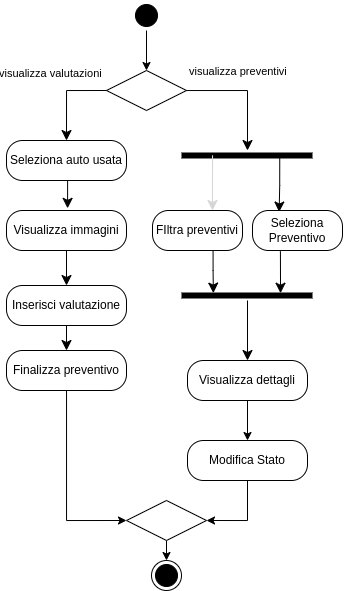
The draw.io diagram doc/acrivityDiagramImpiegato.png in 446f6e6e79/ConfiguratoreAuto, before a commit. Source tidied: cells renumbered, new cells last; positions are measured from the earlier drawing's top-left corner, leaving out a move shared by most shapes. Its diagram source:
```xml
<mxGraphModel>
  <root>
    <mxCell id="0" />
    <mxCell id="1" parent="0" />
    <mxCell id="2" style="edgeStyle=orthogonalEdgeStyle;rounded=0;jettySize=auto;html=1;exitX=0.5;exitY=1;exitDx=0;exitDy=0;entryX=0.5;entryY=0;entryDx=0;entryDy=0;strokeColor=default;" parent="1" edge="1" source="3" target="12">
      <mxGeometry relative="1" as="geometry" />
    </mxCell>
    <mxCell id="3" style="ellipse;html=1;shape=startState;fillColor=#000000;strokeColor=default;" parent="1" vertex="1">
      <mxGeometry x="125" width="30" height="30" as="geometry" />
    </mxCell>
    <mxCell id="4" value="Seleziona auto usata" style="rounded=1;whiteSpace=wrap;html=1;arcSize=40;fontColor=#000000;fillColor=#FFFFFF;strokeColor=default;" parent="1" vertex="1">
      <mxGeometry y="140" width="120" height="40" as="geometry" />
    </mxCell>
    <mxCell id="5" style="edgeStyle=orthogonalEdgeStyle;rounded=0;jettySize=auto;html=1;exitX=0.5;exitY=1;exitDx=0;exitDy=0;entryX=0.5;entryY=0;entryDx=0;entryDy=0;strokeColor=default;endSize=8;" parent="1" edge="1" source="6" target="8">
      <mxGeometry relative="1" as="geometry" />
    </mxCell>
    <mxCell id="6" value="Visualizza immagini" style="rounded=1;whiteSpace=wrap;html=1;arcSize=40;fontColor=#000000;fillColor=#FFFFFF;strokeColor=default;" parent="1" vertex="1">
      <mxGeometry y="210" width="120" height="40" as="geometry" />
    </mxCell>
    <mxCell id="7" style="edgeStyle=orthogonalEdgeStyle;rounded=0;jettySize=auto;html=1;exitX=0.5;exitY=1;exitDx=0;exitDy=0;entryX=0.509;entryY=-0.054;entryDx=0;entryDy=0;entryPerimeter=0;strokeColor=default;endSize=8;" parent="1" edge="1" source="4" target="6">
      <mxGeometry relative="1" as="geometry" />
    </mxCell>
    <mxCell id="8" value="Inserisci valutazione" style="rounded=1;whiteSpace=wrap;html=1;arcSize=40;fontColor=#000000;fillColor=#FFFFFF;strokeColor=default;" parent="1" vertex="1">
      <mxGeometry y="285" width="120" height="40" as="geometry" />
    </mxCell>
    <mxCell id="9" style="edgeStyle=orthogonalEdgeStyle;html=1;verticalAlign=bottom;endArrow=classic;endSize=8;strokeColor=default;rounded=0;endFill=1;" parent="1" edge="1" source="8" target="30">
      <mxGeometry relative="1" as="geometry" />
    </mxCell>
    <mxCell id="10" value="FIltra preventivi" style="rounded=1;whiteSpace=wrap;html=1;arcSize=40;fontColor=#000000;fillColor=#FFFFFF;strokeColor=default;" parent="1" vertex="1">
      <mxGeometry x="146" y="210" width="90" height="40" as="geometry" />
    </mxCell>
    <mxCell id="11" style="edgeStyle=orthogonalEdgeStyle;rounded=0;jettySize=auto;html=1;strokeColor=default;entryX=0;entryY=0.5;entryDx=0;entryDy=0;" parent="1" edge="1" source="30" target="18">
      <mxGeometry relative="1" as="geometry">
        <Array as="points">
          <mxPoint x="60" y="520" />
        </Array>
      </mxGeometry>
    </mxCell>
    <mxCell id="12" style="rhombus;whiteSpace=wrap;html=1;fontColor=#000000;fillColor=#FFFFFF;strokeColor=default;" parent="1" vertex="1">
      <mxGeometry x="100" y="70" width="80" height="40" as="geometry" />
    </mxCell>
    <mxCell id="13" value="visualizza preventivi" style="edgeStyle=orthogonalEdgeStyle;html=1;align=left;verticalAlign=bottom;endArrow=classic;endSize=8;strokeColor=default;rounded=0;entryX=0.5;entryY=0;entryDx=0;entryDy=0;endFill=1;" parent="1" edge="1" source="12">
      <mxGeometry x="-0.98" y="10" relative="1" as="geometry">
        <mxPoint x="241" y="150" as="targetPoint" />
        <Array as="points">
          <mxPoint x="241" y="90" />
        </Array>
      </mxGeometry>
    </mxCell>
    <mxCell id="14" value="visualizza valutazioni" style="edgeStyle=orthogonalEdgeStyle;html=1;align=left;verticalAlign=top;endArrow=classic;endSize=8;strokeColor=default;rounded=0;exitX=0;exitY=0.5;exitDx=0;exitDy=0;endFill=1;" parent="1" edge="1" source="12">
      <mxGeometry x="-0.11" y="-75" relative="1" as="geometry">
        <mxPoint x="60" y="140" as="targetPoint" />
        <mxPoint x="6" y="-30" as="offset" />
      </mxGeometry>
    </mxCell>
    <mxCell id="15" style="edgeStyle=orthogonalEdgeStyle;rounded=0;jettySize=auto;html=1;entryX=1;entryY=0.5;entryDx=0;entryDy=0;strokeColor=default;exitX=0.5;exitY=1;exitDx=0;exitDy=0;" parent="1" edge="1" source="29" target="18">
      <mxGeometry relative="1" as="geometry" />
    </mxCell>
    <mxCell id="16" value="Visualizza dettagli" style="rounded=1;whiteSpace=wrap;html=1;arcSize=40;fontColor=#000000;fillColor=#FFFFFF;strokeColor=default;" parent="1" vertex="1">
      <mxGeometry x="181" y="360" width="120" height="40" as="geometry" />
    </mxCell>
    <mxCell id="17" style="edgeStyle=orthogonalEdgeStyle;rounded=0;jettySize=auto;html=1;exitX=0.5;exitY=1;exitDx=0;exitDy=0;strokeColor=default;entryX=0.5;entryY=0;entryDx=0;entryDy=0;" parent="1" edge="1" source="18" target="19">
      <mxGeometry relative="1" as="geometry" />
    </mxCell>
    <mxCell id="18" style="rhombus;whiteSpace=wrap;html=1;fontColor=#000000;fillColor=#FFFFFF;strokeColor=default;" parent="1" vertex="1">
      <mxGeometry x="120" y="500" width="80" height="40" as="geometry" />
    </mxCell>
    <mxCell id="19" style="ellipse;html=1;shape=endState;fillColor=#000000;strokeColor=default;" parent="1" vertex="1">
      <mxGeometry x="145" y="560" width="30" height="30" as="geometry" />
    </mxCell>
    <mxCell id="20" style="edgeStyle=orthogonalEdgeStyle;rounded=0;jettySize=auto;html=1;exitX=0.75;exitY=0.5;exitDx=0;exitDy=0;exitPerimeter=0;entryX=0.296;entryY=0.038;entryDx=0;entryDy=0;entryPerimeter=0;endSize=8;" parent="1" edge="1" source="21" target="23">
      <mxGeometry relative="1" as="geometry" />
    </mxCell>
    <mxCell id="21" style="shape=line;html=1;strokeWidth=6;strokeColor=#000000;" parent="1" vertex="1">
      <mxGeometry x="175" y="150" width="131" height="10" as="geometry" />
    </mxCell>
    <mxCell id="22" style="edgeStyle=orthogonalEdgeStyle;html=1;verticalAlign=bottom;endArrow=classic;endSize=8;strokeColor=#D6D6D6;rounded=0;endFill=1;" parent="1" edge="1">
      <mxGeometry relative="1" as="geometry">
        <mxPoint x="206" y="170" as="sourcePoint" />
        <mxPoint x="206" y="210" as="targetPoint" />
        <Array as="points">
          <mxPoint x="206" y="155" />
        </Array>
      </mxGeometry>
    </mxCell>
    <mxCell id="23" value="Seleziona Preventivo" style="rounded=1;whiteSpace=wrap;html=1;arcSize=40;fontColor=#000000;fillColor=#FFFFFF;strokeColor=default;" parent="1" vertex="1">
      <mxGeometry x="246" y="210" width="90" height="40" as="geometry" />
    </mxCell>
    <mxCell id="24" style="shape=line;html=1;strokeWidth=6;strokeColor=#000000;" parent="1" vertex="1">
      <mxGeometry x="175" y="290" width="131" height="10" as="geometry" />
    </mxCell>
    <mxCell id="25" style="edgeStyle=orthogonalEdgeStyle;rounded=0;jettySize=auto;html=1;exitX=0.673;exitY=1.024;exitDx=0;exitDy=0;entryX=0.243;entryY=0.258;entryDx=0;entryDy=0;entryPerimeter=0;exitPerimeter=0;endSize=8;" parent="1" edge="1" source="10" target="24">
      <mxGeometry relative="1" as="geometry" />
    </mxCell>
    <mxCell id="26" style="edgeStyle=orthogonalEdgeStyle;rounded=0;jettySize=auto;html=1;exitX=0.31;exitY=0.999;exitDx=0;exitDy=0;exitPerimeter=0;entryX=0.756;entryY=0.271;entryDx=0;entryDy=0;entryPerimeter=0;endSize=8;" parent="1" edge="1" source="23" target="24">
      <mxGeometry relative="1" as="geometry">
        <Array as="points">
          <mxPoint x="274" y="251" />
          <mxPoint x="274" y="251" />
        </Array>
      </mxGeometry>
    </mxCell>
    <mxCell id="27" style="edgeStyle=orthogonalEdgeStyle;rounded=0;jettySize=auto;html=1;endSize=8;" parent="1" edge="1" target="16">
      <mxGeometry relative="1" as="geometry">
        <mxPoint x="241" y="300" as="sourcePoint" />
      </mxGeometry>
    </mxCell>
    <mxCell id="28" style="edgeStyle=orthogonalEdgeStyle;rounded=0;jettySize=auto;html=1;exitX=0.5;exitY=1;exitDx=0;exitDy=0;entryX=0.5;entryY=0;entryDx=0;entryDy=0;" parent="1" edge="1" source="16" target="29">
      <mxGeometry relative="1" as="geometry" />
    </mxCell>
    <mxCell id="29" value="Modifica Stato" style="rounded=1;whiteSpace=wrap;html=1;arcSize=40;fontColor=#000000;fillColor=#FFFFFF;strokeColor=default;" parent="1" vertex="1">
      <mxGeometry x="181" y="440" width="120" height="40" as="geometry" />
    </mxCell>
    <mxCell id="30" value="Finalizza preventivo" style="rounded=1;whiteSpace=wrap;html=1;arcSize=40;fontColor=#000000;fillColor=#FFFFFF;strokeColor=default;" parent="1" vertex="1">
      <mxGeometry y="350" width="120" height="40" as="geometry" />
    </mxCell>
  </root>
</mxGraphModel>
```
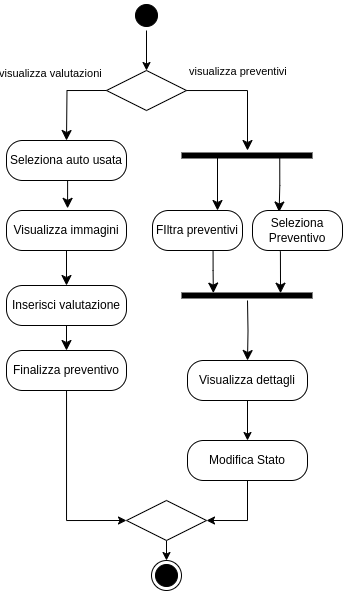
Above is the later version.

What changed in the source:
```diff
@@ -74,7 +74,7 @@
     <mxCell id="21" style="shape=line;html=1;strokeWidth=6;strokeColor=#000000;" parent="1" vertex="1">
       <mxGeometry x="175" y="150" width="131" height="10" as="geometry" />
     </mxCell>
-    <mxCell id="22" style="edgeStyle=orthogonalEdgeStyle;html=1;verticalAlign=bottom;endArrow=classic;endSize=8;strokeColor=#D6D6D6;rounded=0;endFill=1;" parent="1" edge="1">
+    <mxCell id="22" style="edgeStyle=orthogonalEdgeStyle;html=1;verticalAlign=bottom;endArrow=classic;endSize=8;strokeColor=none;rounded=0;endFill=1;" parent="1" edge="1">
       <mxGeometry relative="1" as="geometry">
         <mxPoint x="206" y="170" as="sourcePoint" />
         <mxPoint x="206" y="210" as="targetPoint" />
@@ -114,5 +114,11 @@
     <mxCell id="30" value="Finalizza preventivo" style="rounded=1;whiteSpace=wrap;html=1;arcSize=40;fontColor=#000000;fillColor=#FFFFFF;strokeColor=default;" parent="1" vertex="1">
       <mxGeometry y="350" width="120" height="40" as="geometry" />
     </mxCell>
+    <mxCell id="31" style="edgeStyle=orthogonalEdgeStyle;rounded=0;orthogonalLoop=1;jettySize=auto;html=1;exitX=0.75;exitY=0.5;exitDx=0;exitDy=0;exitPerimeter=0;entryX=0.296;entryY=0.038;entryDx=0;entryDy=0;entryPerimeter=0;endSize=8;" parent="1" edge="1">
+      <mxGeometry relative="1" as="geometry">
+        <mxPoint x="211" y="153" as="sourcePoint" />
+        <mxPoint x="211" y="210" as="targetPoint" />
+      </mxGeometry>
+    </mxCell>
   </root>
 </mxGraphModel>
```
